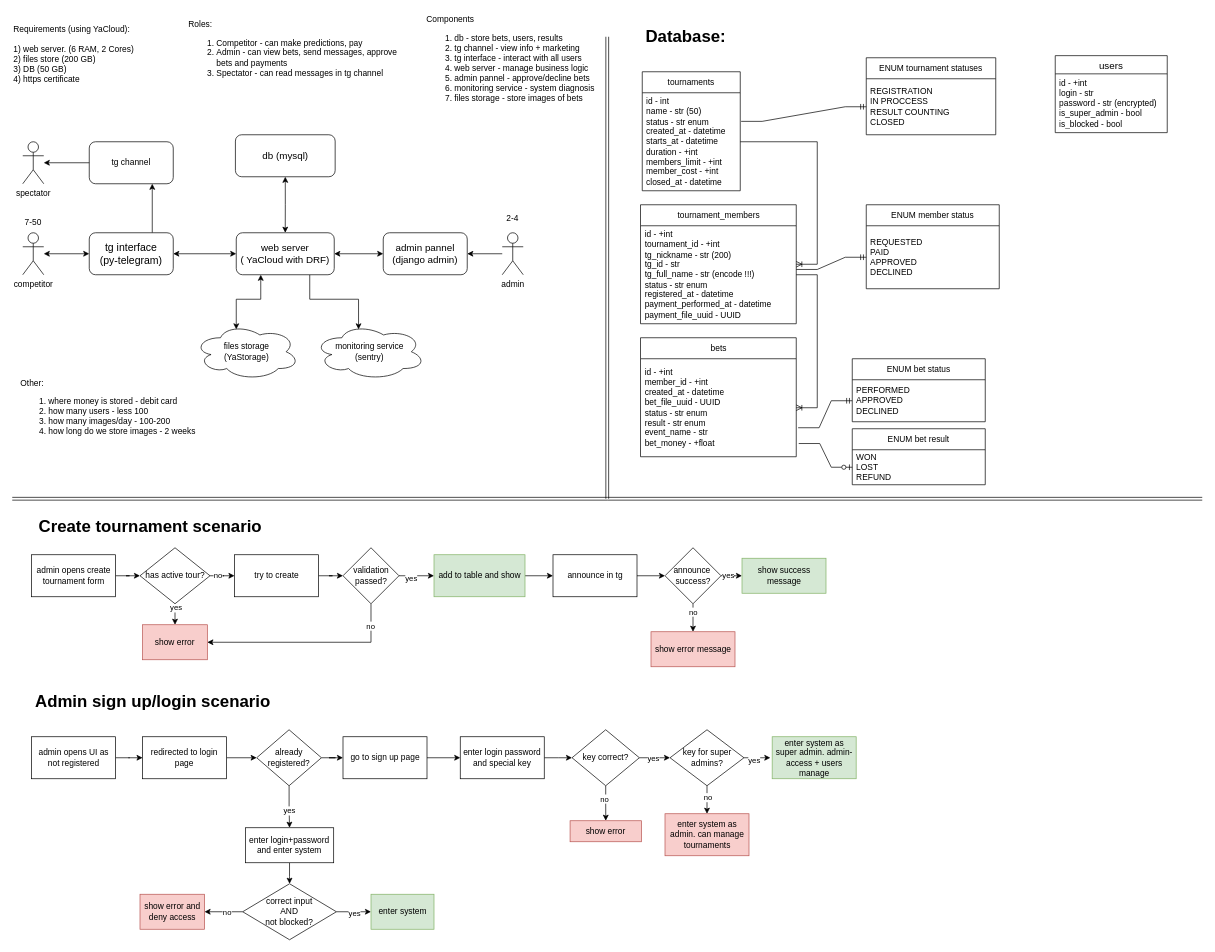
The draw.io diagram static/bet_tournament_arch.drawio in phantom-profile/storages_manage_service, before the edit. Source tidied: cells renumbered, new cells numbered last; positions are measured from the earlier drawing's top-left corner, leaving out a move shared by most shapes. Both pictures are drawn from the tidied source at 70%, with x=0, y=0 at pixel (12, 12).
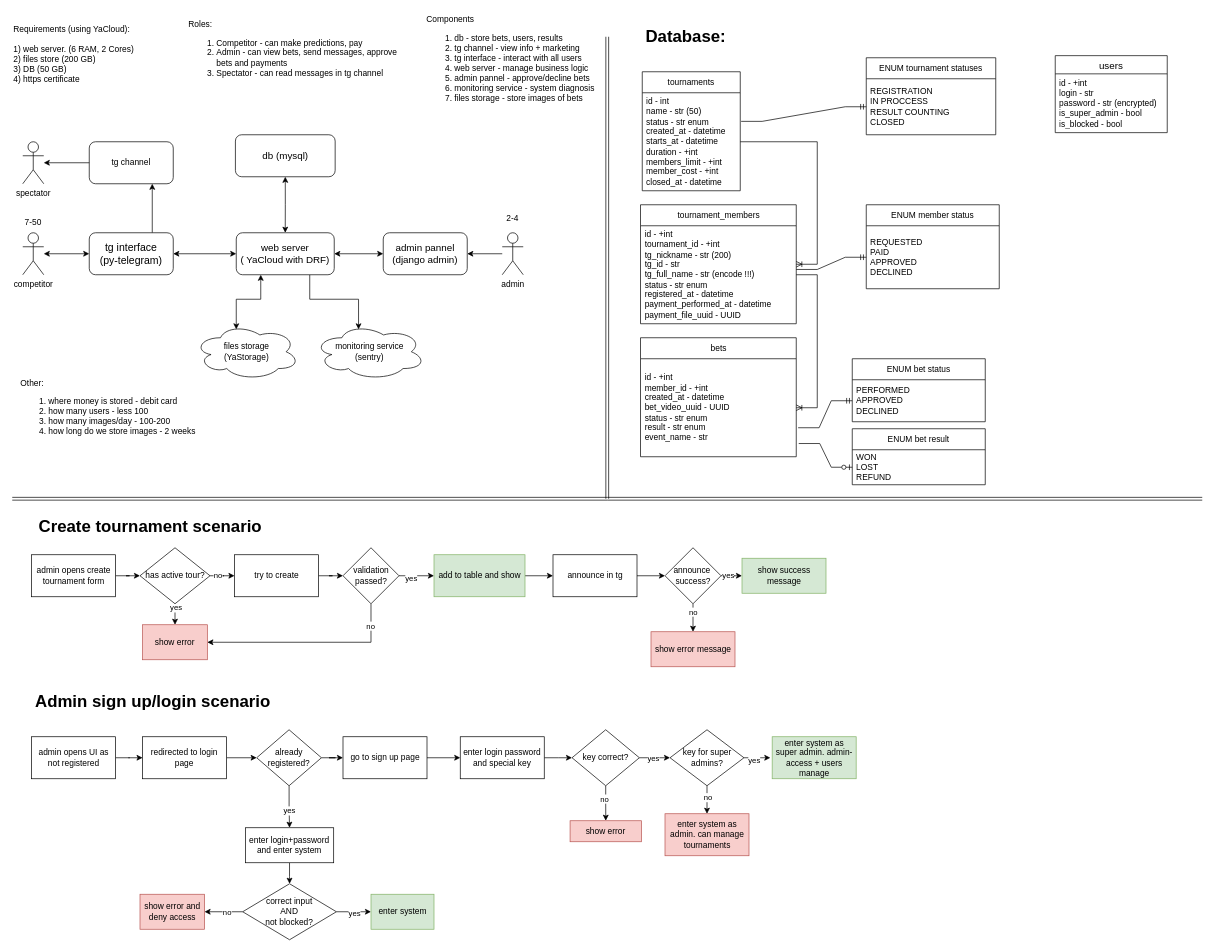
The same page after the edit.

The change refers to these unchanged cells:
```xml
<mxCell id="69" value="bets" style="swimlane;fontStyle=0;horizontal=1;startSize=30;whiteSpace=wrap;html=1;" parent="1" vertex="1">
  <mxGeometry x="897.5" y="465" width="222.5" height="170" as="geometry" />
</mxCell>
```

Change to the diagram source:
```diff
@@
-    <mxCell id="70" value="id - +int&lt;br&gt;member_id - +int&lt;br&gt;created_at - datetime&lt;br&gt;bet_file_uuid - UUID&lt;br&gt;status - str enum&lt;br&gt;result - str enum&lt;br&gt;event_name - str&lt;br&gt;bet_money - +float&lt;br&gt;" style="text;strokeColor=none;fillColor=none;align=left;verticalAlign=middle;spacingLeft=4;spacingRight=4;overflow=hidden;points=[[0,0.5],[1,0.5]];portConstraint=eastwest;whiteSpace=wrap;html=1;" parent="69" vertex="1">
+    <mxCell id="70" value="id - +int&lt;br&gt;member_id - +int&lt;br&gt;created_at - datetime&lt;br&gt;bet_video_uuid - UUID&lt;br&gt;status - str enum&lt;br&gt;result - str enum&lt;br&gt;event_name - str" style="text;strokeColor=none;fillColor=none;align=left;verticalAlign=middle;spacingLeft=4;spacingRight=4;overflow=hidden;points=[[0,0.5],[1,0.5]];portConstraint=eastwest;whiteSpace=wrap;html=1;" parent="69" vertex="1">
       <mxGeometry y="30" width="222.5" height="140" as="geometry" />
     </mxCell>
```
